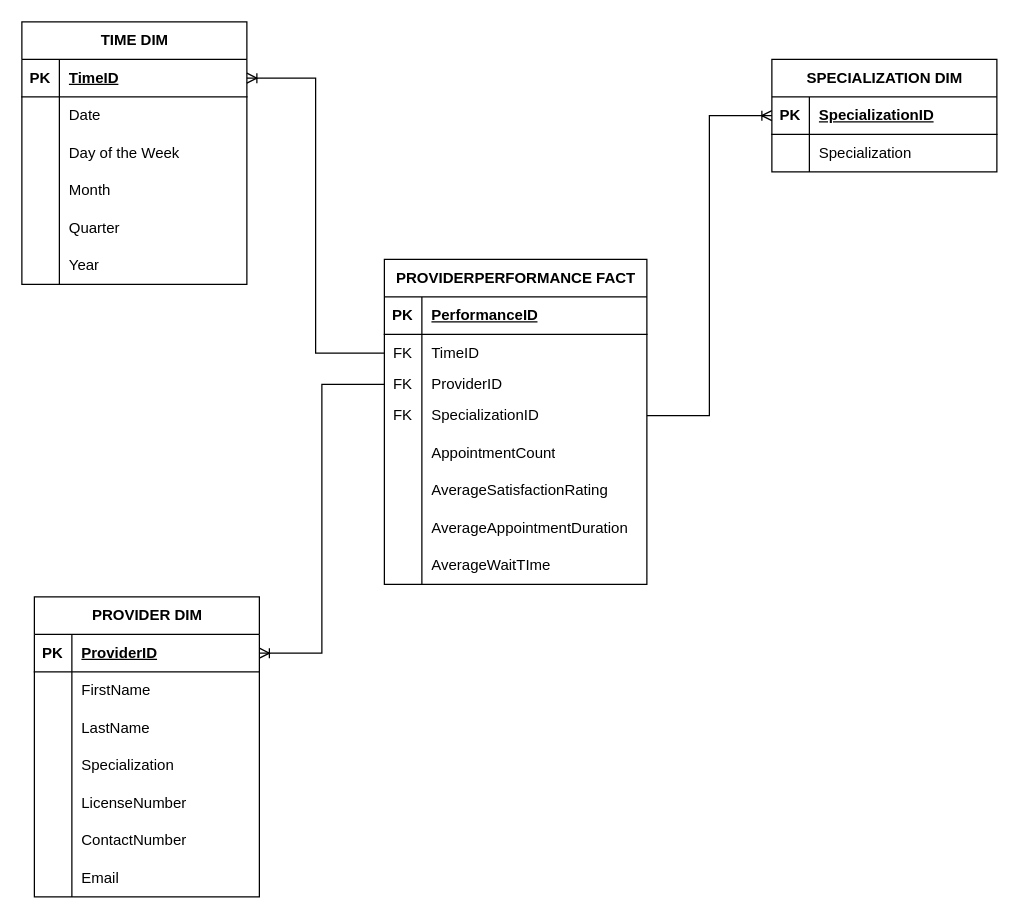
Before: page "DimFactTablesCapstone" (7 of 9) of SP703.drawio in vinsanity2022/ERD_SP703, a draw.io diagram. Source tidied: cells renumbered, new cells numbered last; positions are measured from the earlier drawing's top-left corner, leaving out a move shared by most shapes. Both pictures are drawn from the tidied source at 125%, with x=0, y=0 at pixel (21, 21).
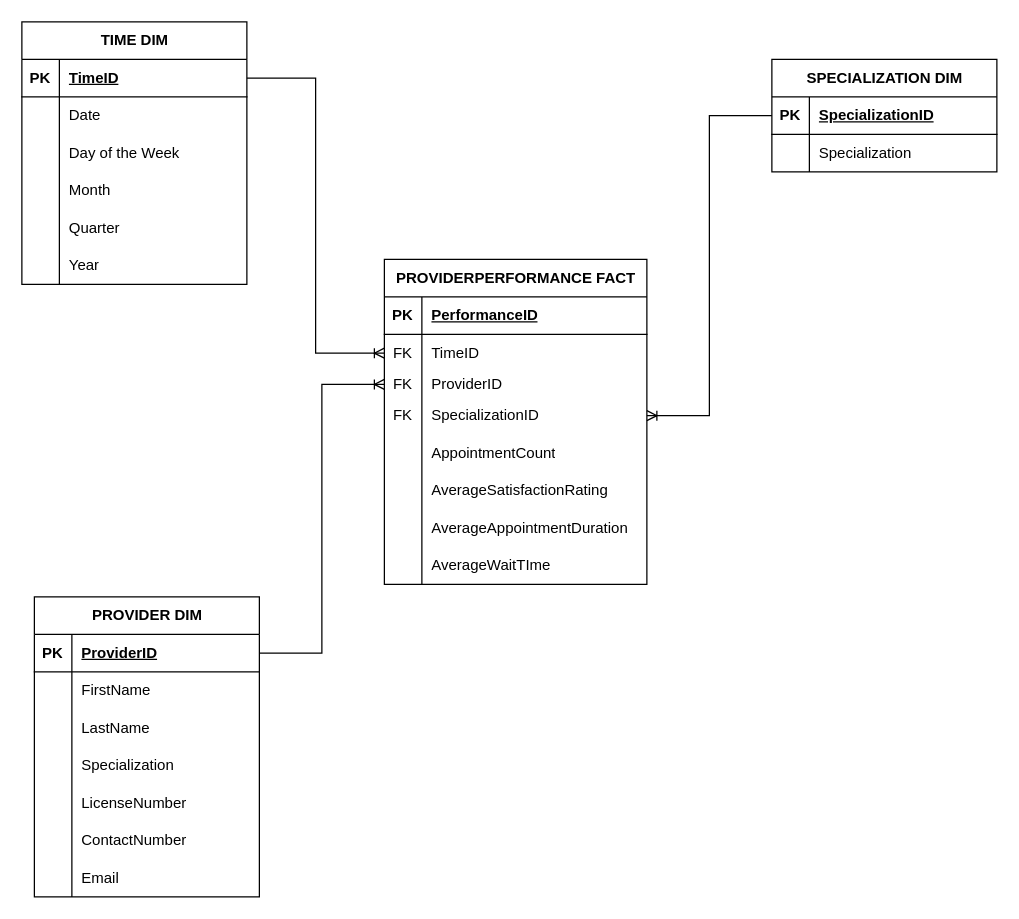
The same diagram, later.

The change refers to these unchanged cells:
```xml
<mxCell id="3" style="shape=tableRow;horizontal=0;startSize=0;swimlaneHead=0;swimlaneBody=0;fillColor=none;points=[[0,0.5],[1,0.5]];portConstraint=eastwest;top=0;left=0;right=0;bottom=1;" parent="2" vertex="1">
  <mxGeometry y="30" width="180" height="30" as="geometry" />
</mxCell>
<mxCell id="22" style="shape=tableRow;horizontal=0;startSize=0;swimlaneHead=0;swimlaneBody=0;fillColor=none;points=[[0,0.5],[1,0.5]];portConstraint=eastwest;top=0;left=0;right=0;bottom=1;" parent="21" vertex="1">
  <mxGeometry y="30" width="180" height="30" as="geometry" />
</mxCell>
<mxCell id="44" style="shape=tableRow;horizontal=0;startSize=0;swimlaneHead=0;swimlaneBody=0;fillColor=none;points=[[0,0.5],[1,0.5]];portConstraint=eastwest;top=0;left=0;right=0;bottom=1;" parent="43" vertex="1">
  <mxGeometry y="30" width="180" height="30" as="geometry" />
</mxCell>
<mxCell id="54" style="shape=tableRow;horizontal=0;startSize=0;swimlaneHead=0;swimlaneBody=0;fillColor=none;points=[[0,0.5],[1,0.5]];portConstraint=eastwest;top=0;left=0;right=0;bottom=0;" parent="50" vertex="1">
  <mxGeometry y="60" width="210" height="30" as="geometry" />
</mxCell>
<mxCell id="57" style="shape=tableRow;horizontal=0;startSize=0;swimlaneHead=0;swimlaneBody=0;fillColor=none;points=[[0,0.5],[1,0.5]];portConstraint=eastwest;top=0;left=0;right=0;bottom=0;" parent="50" vertex="1">
  <mxGeometry y="90" width="210" height="20" as="geometry" />
</mxCell>
<mxCell id="60" style="shape=tableRow;horizontal=0;startSize=0;swimlaneHead=0;swimlaneBody=0;fillColor=none;points=[[0,0.5],[1,0.5]];portConstraint=eastwest;top=0;left=0;right=0;bottom=0;" parent="50" vertex="1">
  <mxGeometry y="110" width="210" height="30" as="geometry" />
</mxCell>
```

What changed in the source:
```diff
@@
-    <mxCell id="75" style="edgeStyle=orthogonalEdgeStyle;fontSize=12;html=1;endArrow=ERoneToMany;rounded=0;entryX=1;entryY=0.5;entryDx=0;entryDy=0;exitX=0;exitY=0.5;exitDx=0;exitDy=0;" parent="1" edge="1" source="54" target="3">
+    <mxCell id="75" style="edgeStyle=orthogonalEdgeStyle;fontSize=12;html=1;endArrow=ERoneToMany;rounded=0;entryX=0;entryY=0.5;entryDx=0;entryDy=0;" parent="1" edge="1" source="3" target="54">
       <mxGeometry relative="1" as="geometry" />
     </mxCell>
-    <mxCell id="76" style="edgeStyle=orthogonalEdgeStyle;fontSize=12;html=1;endArrow=ERoneToMany;rounded=0;entryX=0;entryY=0.5;entryDx=0;entryDy=0;exitX=1;exitY=0.5;exitDx=0;exitDy=0;" parent="1" edge="1" source="60" target="44">
+    <mxCell id="76" style="edgeStyle=orthogonalEdgeStyle;fontSize=12;html=1;endArrow=ERoneToMany;rounded=0;entryX=1;entryY=0.5;entryDx=0;entryDy=0;exitX=0;exitY=0.5;exitDx=0;exitDy=0;" parent="1" edge="1" source="44" target="60">
       <mxGeometry relative="1" as="geometry" />
     </mxCell>
-    <mxCell id="77" style="edgeStyle=orthogonalEdgeStyle;fontSize=12;html=1;endArrow=ERoneToMany;rounded=0;entryX=1;entryY=0.5;entryDx=0;entryDy=0;exitX=0;exitY=0.5;exitDx=0;exitDy=0;" parent="1" edge="1" source="57" target="22">
+    <mxCell id="77" style="edgeStyle=orthogonalEdgeStyle;fontSize=12;html=1;endArrow=ERoneToMany;rounded=0;" parent="1" edge="1" source="22" target="57">
       <mxGeometry relative="1" as="geometry" />
     </mxCell>
```
